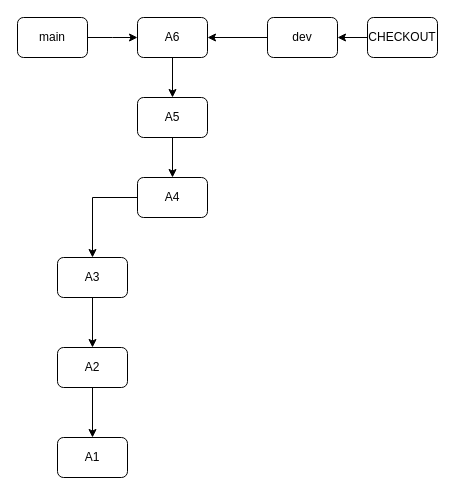
This is testes.drawio from djangonauta/diagramas, a draw.io file, before an edit. Source tidied: cells renumbered, new cells numbered last; positions are measured from the earlier drawing's top-left corner, leaving out a move shared by most shapes. Both pictures are drawn from the tidied source at 100%, with x=0, y=0 at pixel (17, 17).
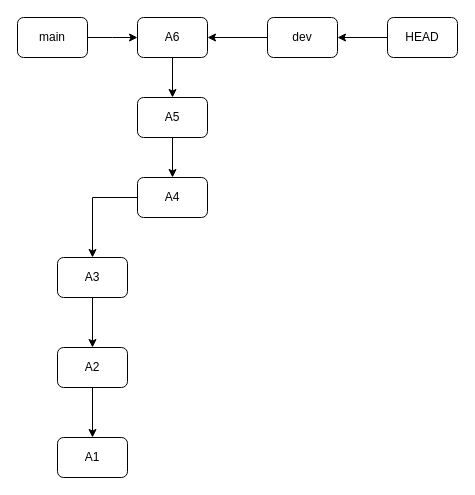
The same diagram, later.

The change refers to these unchanged cells:
```xml
<mxCell id="10" value="dev" style="rounded=1;whiteSpace=wrap;html=1;" parent="1" vertex="1">
  <mxGeometry x="250" width="70" height="40" as="geometry" />
</mxCell>
```

The edit, as a diff of the source:
```diff
@@
     <mxCell id="15" style="edgeStyle=orthogonalEdgeStyle;rounded=0;jettySize=auto;html=1;entryX=1;entryY=0.5;entryDx=0;entryDy=0;" parent="1" edge="1" source="16" target="10">
-      <mxGeometry relative="1" as="geometry" />
+      <mxGeometry relative="1" as="geometry">
+        <Array as="points">
+          <mxPoint x="370" y="20" />
+          <mxPoint x="370" y="20" />
+        </Array>
+      </mxGeometry>
     </mxCell>
-    <mxCell id="16" value="CHECKOUT" style="rounded=1;whiteSpace=wrap;html=1;" parent="1" vertex="1">
-      <mxGeometry x="350" width="70" height="40" as="geometry" />
+    <mxCell id="16" value="HEAD" style="rounded=1;whiteSpace=wrap;html=1;" parent="1" vertex="1">
+      <mxGeometry x="370" width="70" height="40" as="geometry" />
     </mxCell>
```
